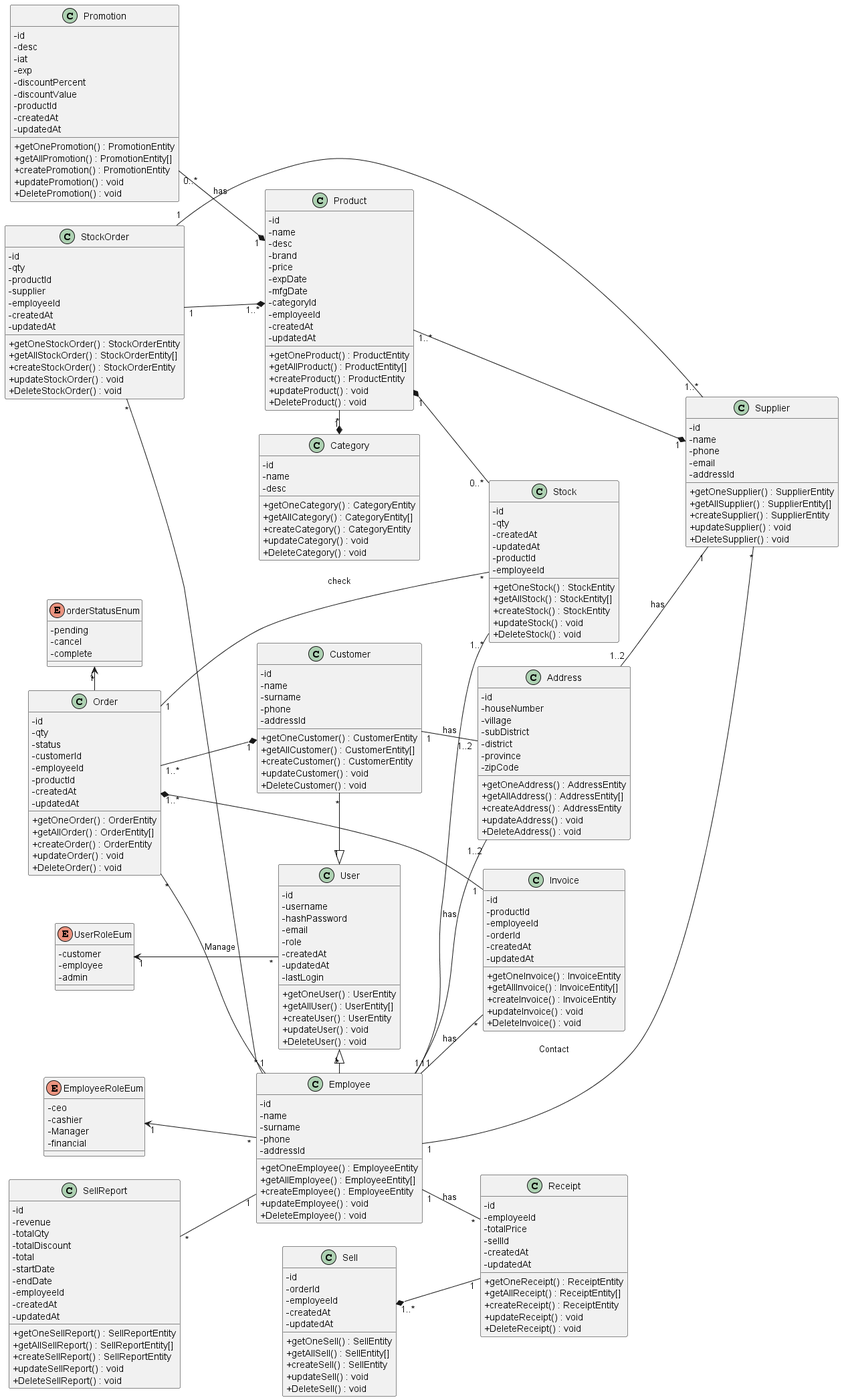
billowdev/inventory-system-plantuml-sequelize-seeder-example keeps this PlantUML diagram as out/system-analysis/class-diagram/class-diagram.png. Above is the earlier version. The source it was exported from:
```plantuml
@startuml
left to right direction
skinparam classAttributeIconSize 0

class User {
    - id
    - username
    - hashPassword
    - email
    - role
    - createdAt
    - updatedAt
    - lastLogin

    + getOneUser() : UserEntity
    + getAllUser() : UserEntity[]
    + createUser() : UserEntity
    + updateUser() : void
    + DeleteUser() : void
}
enum UserRoleEum {
    - customer
    - employee
    - admin
}

class Employee {
    - id
    - name
    - surname
    - phone
    - addressId

    + getOneEmployee() : EmployeeEntity
    + getAllEmployee() : EmployeeEntity[]
    + createEmployee() : EmployeeEntity
    + updateEmployee() : void
    + DeleteEmployee() : void
}

class Customer {
    - id
    - name
    - surname
    - phone
    - addressId

    + getOneCustomer() : CustomerEntity
    + getAllCustomer() : CustomerEntity[]
    + createCustomer() : CustomerEntity
    + updateCustomer() : void
    + DeleteCustomer() : void
}

class Address {
    - id
    - houseNumber
    - village
    - subDistrict
    - district
    - province
    - zipCode

    + getOneAddress() : AddressEntity
    + getAllAddress() : AddressEntity[]
    + createAddress() : AddressEntity
    + updateAddress() : void
    + DeleteAddress() : void
}

class Supplier {
    - id
    - name
    - phone
    - email
    - addressId

    + getOneSupplier() : SupplierEntity
    + getAllSupplier() : SupplierEntity[]
    + createSupplier() : SupplierEntity
    + updateSupplier() : void
    + DeleteSupplier() : void
}

enum EmployeeRoleEum {
    - ceo
    - cashier
    - Manager
    - financial
}



class Stock {
    - id
    - qty
    - createdAt
    - updatedAt
    - productId
    - employeeId

    + getOneStock() : StockEntity
    + getAllStock() : StockEntity[]
    + createStock() : StockEntity
    + updateStock() : void
    + DeleteStock() : void
}

class Promotion {
    - id
    - desc
    - iat
    - exp
    - discountPercent
    - discountValue
    - productId
    - createdAt
    - updatedAt

    + getOnePromotion() : PromotionEntity
    + getAllPromotion() : PromotionEntity[]
    + createPromotion() : PromotionEntity
    + updatePromotion() : void
    + DeletePromotion() : void
}

class Product {
    - id
    - name
    - desc
    - brand
    - price
    - expDate
    - mfgDate
    - categoryId
    - employeeId
    - createdAt
    - updatedAt

    + getOneProduct() : ProductEntity
    + getAllProduct() : ProductEntity[]
    + createProduct() : ProductEntity
    + updateProduct() : void
    + DeleteProduct() : void
}

class Category {
    - id
    - name
    - desc

    + getOneCategory() : CategoryEntity
    + getAllCategory() : CategoryEntity[]
    + createCategory() : CategoryEntity
    + updateCategory() : void
    + DeleteCategory() : void
}

class Invoice {
    - id
    - productId
    - employeeId
    - orderId
    - createdAt
    - updatedAt

    + getOneInvoice() : InvoiceEntity
    + getAllInvoice() : InvoiceEntity[]
    + createInvoice() : InvoiceEntity
    + updateInvoice() : void
    + DeleteInvoice() : void
}

class Order {
    - id
    - qty
    - status
    - customerId
    - employeeId
    - productId
    - createdAt
    - updatedAt

    + getOneOrder() : OrderEntity
    + getAllOrder() : OrderEntity[]
    + createOrder() : OrderEntity
    + updateOrder() : void
    + DeleteOrder() : void
}

class Sell {
    - id
    - orderId
    - employeeId
    - createdAt
    - updatedAt

    + getOneSell() : SellEntity
    + getAllSell() : SellEntity[]
    + createSell() : SellEntity
    + updateSell() : void
    + DeleteSell() : void
}

class Receipt {
    - id
    - employeeId
    - totalPrice
    - sellId
    - createdAt
    - updatedAt


    + getOneReceipt() : ReceiptEntity
    + getAllReceipt() : ReceiptEntity[]
    + createReceipt() : ReceiptEntity
    + updateReceipt() : void
    + DeleteReceipt() : void

}

enum orderStatusEnum {
    - pending
    - cancel
    - complete
}

class SellReport {
    - id
    - revenue
    - totalQty
    - totalDiscount
    - total
    - startDate
    - endDate
    - employeeId
    - createdAt
    - updatedAt

    + getOneSellReport() : SellReportEntity
    + getAllSellReport() : SellReportEntity[]
    + createSellReport() : SellReportEntity
    + updateSellReport() : void
    + DeleteSellReport() : void
}

class StockOrder {
    - id
    - qty
    - productId
    - supplier
    - employeeId
    - createdAt
    - updatedAt

    + getOneStockOrder() : StockOrderEntity
    + getAllStockOrder() : StockOrderEntity[]
    + createStockOrder() : StockOrderEntity
    + updateStockOrder() : void
    + DeleteStockOrder() : void
}


User "*" -up-> "1" UserRoleEum
Employee "*" -left-|> "1"   User
Customer "*" -right-|> "1"   User

Product "1" *-- "0..*" Stock

Employee "1" -- "1..*" Stock

Product "*" -right-* "1" Category
Product "1..*" --* "1" Supplier

Order "1..*" *-- "1" Invoice
Sell "1..*" *-- "1" Receipt

Order "1..*" --* "1" Customer
Order "1" -- "*" Stock : "check"


Employee "*" -up-> "1" EmployeeRoleEum

Employee "1" -- "*" Invoice : "has"
Employee "1" -- "*" Receipt : "has"

Employee "1" -- "*" Supplier : "Contact"
Order "*" -- "1" Employee : "Manage"

Order "*" -left-> "1" orderStatusEnum

Promotion "0..*" --* "1" Product : "has"

Address "1..2" -- "1" Supplier : "has"
Customer "1" -- "1..2" Address : "has"
Employee "1" -- "1..2" Address : "has"


StockOrder "1" --* "1..*" Product
StockOrder "*" -- "*" Employee
StockOrder "1" -right- "1..*" Supplier

SellReport "*" -- "1" Employee



@enduml
```
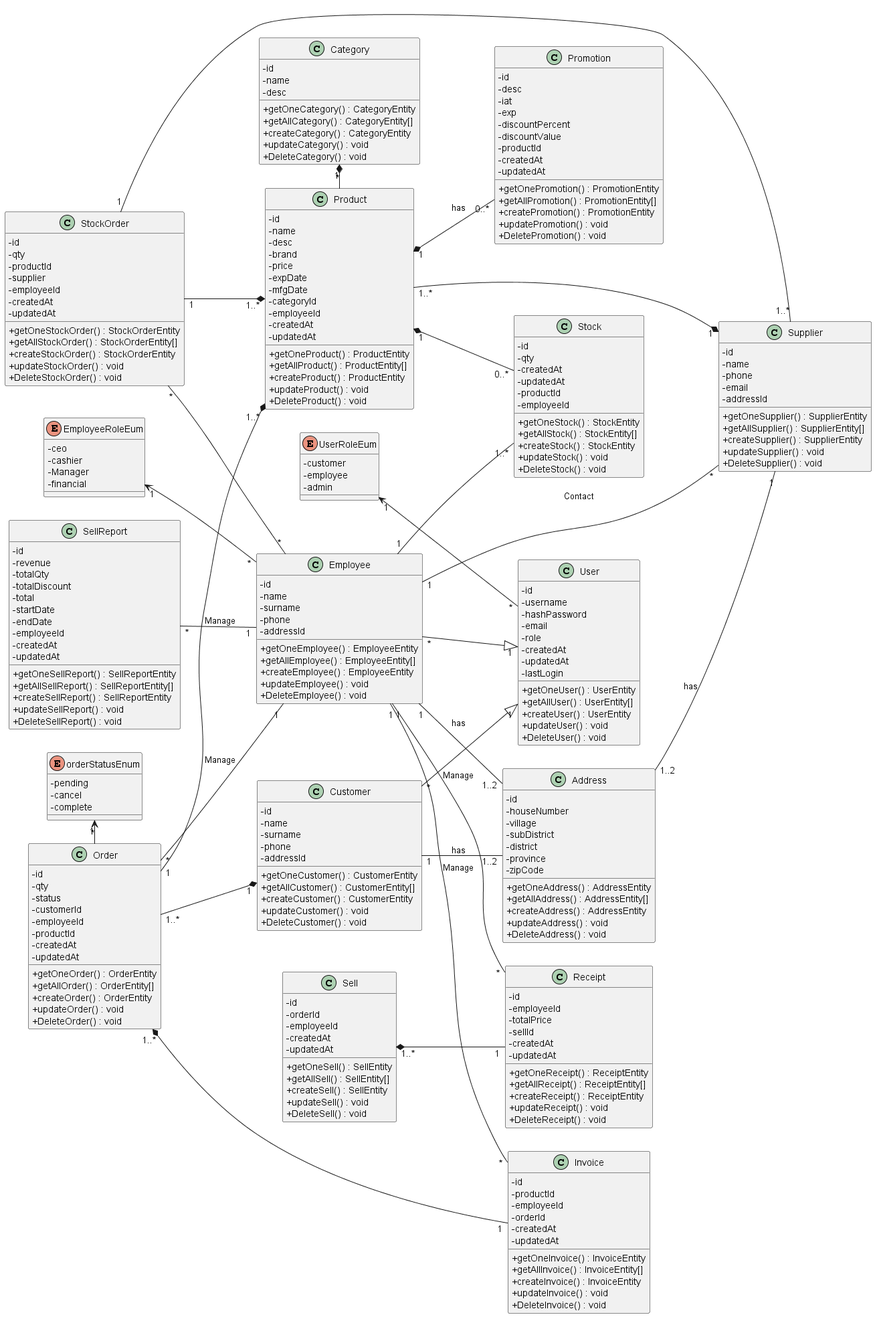
The same diagram one commit later.

What changed in the source:
```diff
@@ -262,34 +262,33 @@
 
 
 User "*" -up-> "1" UserRoleEum
-Employee "*" -left-|> "1"   User
+Employee "*" --|> "1"   User
 Customer "*" -right-|> "1"   User
 
 Product "1" *-- "0..*" Stock
 
 Employee "1" -- "1..*" Stock
 
-Product "*" -right-* "1" Category
+Product "*" -left-* "1" Category
 Product "1..*" --* "1" Supplier
 
 Order "1..*" *-- "1" Invoice
 Sell "1..*" *-- "1" Receipt
 
 Order "1..*" --* "1" Customer
-Order "1" -- "*" Stock : "check"
-
+Order "1" --* "1..*" Product
 
 Employee "*" -up-> "1" EmployeeRoleEum
 
-Employee "1" -- "*" Invoice : "has"
-Employee "1" -- "*" Receipt : "has"
+Employee "1" -- "*" Invoice : "Manage"
+Employee "1" -- "*" Receipt : "Manage"
 
 Employee "1" -- "*" Supplier : "Contact"
 Order "*" -- "1" Employee : "Manage"
 
 Order "*" -left-> "1" orderStatusEnum
 
-Promotion "0..*" --* "1" Product : "has"
+Promotion "0..*" -up-* "1" Product : "has"
 
 Address "1..2" -- "1" Supplier : "has"
 Customer "1" -- "1..2" Address : "has"
@@ -300,7 +299,7 @@
 StockOrder "*" -- "*" Employee
 StockOrder "1" -right- "1..*" Supplier
 
-SellReport "*" -- "1" Employee
+SellReport "*" -- "1" Employee : "Manage"
 
 
 
```
